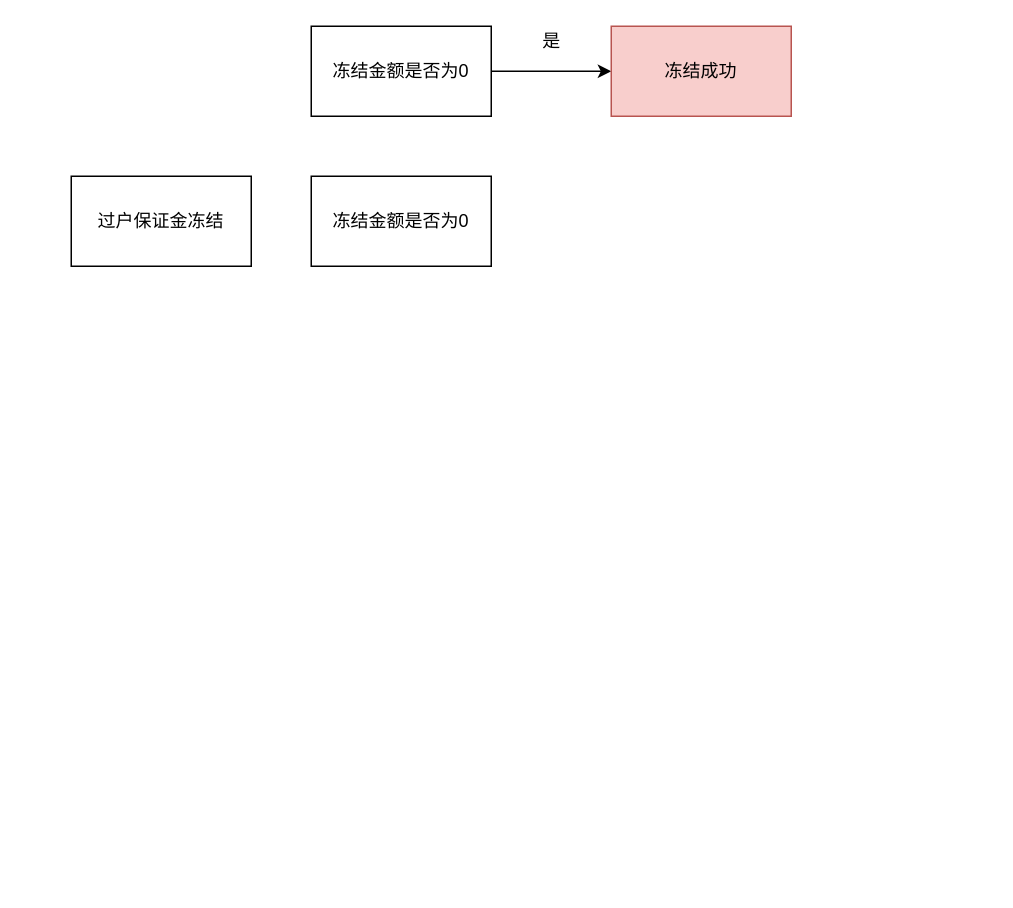
The draw.io diagram trade-deposit/过户保证金冻结.drawio in erlieStar/diagrams, before the edit. Source tidied: cells renumbered, new cells numbered last; positions are measured from the earlier drawing's top-left corner, leaving out a move shared by most shapes. Both pictures are drawn from the tidied source at 150%, with x=0, y=0 at pixel (70, 26).
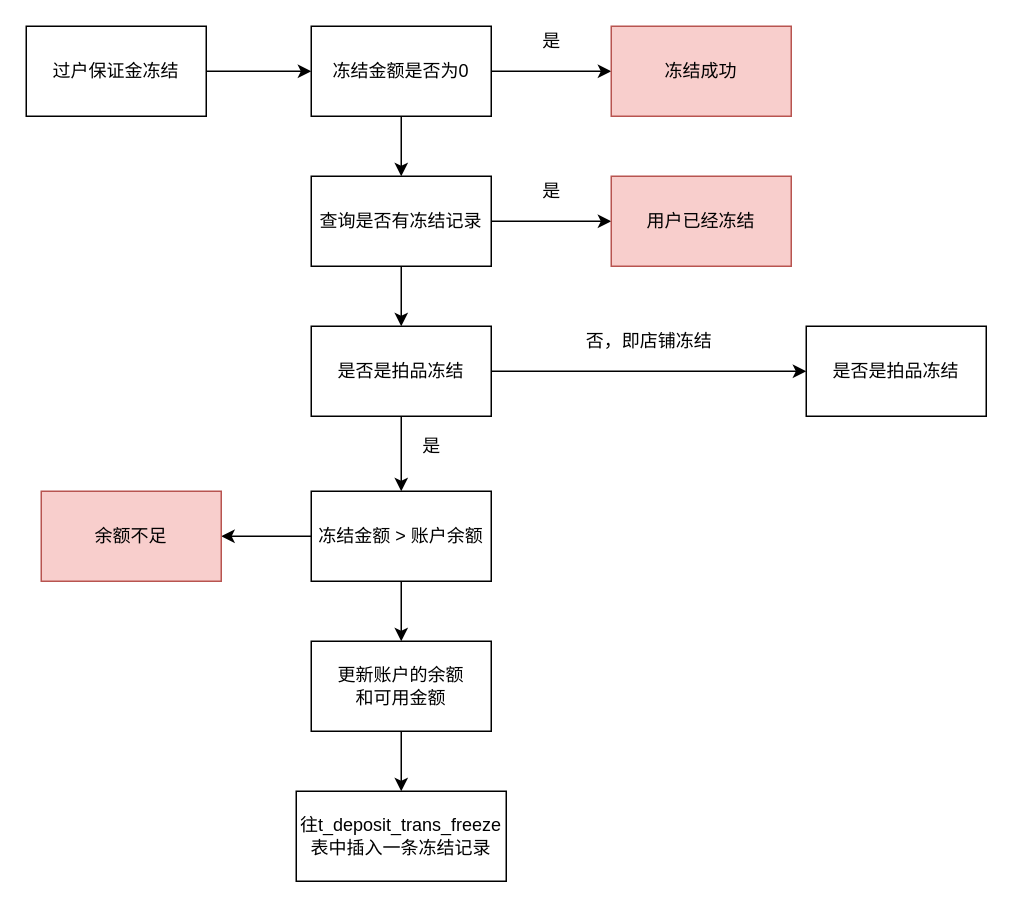
Above is the later version.

Commit message:
Update 过户保证金冻结.drawio

Unchanged cells that the change refers to:
```xml
<mxCell id="4" value="冻结金额是否为0" style="rounded=0;whiteSpace=wrap;html=1;" parent="1" vertex="1">
  <mxGeometry x="160" width="120" height="60" as="geometry" />
</mxCell>
```

Diff of the diagram source:
```diff
@@
+    <mxCell id="8" style="edgeStyle=orthogonalEdgeStyle;rounded=0;jettySize=auto;html=1;exitX=1;exitY=0.5;exitDx=0;exitDy=0;entryX=0;entryY=0.5;entryDx=0;entryDy=0;" parent="1" edge="1" source="2" target="4">
+      <mxGeometry relative="1" as="geometry" />
+    </mxCell>
     <mxCell id="2" value="过户保证金冻结" style="rounded=0;whiteSpace=wrap;html=1;" parent="1" vertex="1">
-      <mxGeometry y="100" width="120" height="60" as="geometry" />
+      <mxGeometry x="-30" width="120" height="60" as="geometry" />
     </mxCell>
@@
+    <mxCell id="9" style="edgeStyle=orthogonalEdgeStyle;rounded=0;jettySize=auto;html=1;" parent="1" edge="1" source="4" target="7">
+      <mxGeometry relative="1" as="geometry" />
+    </mxCell>
@@
+    <mxCell id="10" style="edgeStyle=orthogonalEdgeStyle;rounded=0;jettySize=auto;html=1;exitX=1;exitY=0.5;exitDx=0;exitDy=0;entryX=0;entryY=0.5;entryDx=0;entryDy=0;" parent="1" edge="1" source="7" target="12">
+      <mxGeometry relative="1" as="geometry" />
+    </mxCell>
+    <mxCell id="11" style="edgeStyle=orthogonalEdgeStyle;rounded=0;jettySize=auto;html=1;" parent="1" edge="1" source="7" target="16">
+      <mxGeometry relative="1" as="geometry" />
+    </mxCell>
-    <mxCell id="7" value="冻结金额是否为0" style="rounded=0;whiteSpace=wrap;html=1;" parent="1" vertex="1">
+    <mxCell id="7" value="查询是否有冻结记录" style="rounded=0;whiteSpace=wrap;html=1;" parent="1" vertex="1">
       <mxGeometry x="160" y="100" width="120" height="60" as="geometry" />
     </mxCell>
+    <mxCell id="12" value="用户已经冻结" style="rounded=0;whiteSpace=wrap;html=1;fillColor=#f8cecc;strokeColor=#b85450;" parent="1" vertex="1">
+      <mxGeometry x="360" y="100" width="120" height="60" as="geometry" />
+    </mxCell>
+    <mxCell id="13" value="是" style="text;html=1;align=center;verticalAlign=middle;strokeColor=none;fillColor=none;" parent="1" vertex="1">
+      <mxGeometry x="305" y="100" width="30" height="20" as="geometry" />
+    </mxCell>
+    <mxCell id="14" style="edgeStyle=orthogonalEdgeStyle;rounded=0;jettySize=auto;html=1;exitX=1;exitY=0.5;exitDx=0;exitDy=0;entryX=0;entryY=0.5;entryDx=0;entryDy=0;" parent="1" edge="1" source="16" target="17">
+      <mxGeometry relative="1" as="geometry" />
+    </mxCell>
+    <mxCell id="15" style="edgeStyle=orthogonalEdgeStyle;rounded=0;jettySize=auto;html=1;exitX=0.5;exitY=1;exitDx=0;exitDy=0;entryX=0.5;entryY=0;entryDx=0;entryDy=0;" parent="1" edge="1" source="16" target="20">
+      <mxGeometry relative="1" as="geometry" />
+    </mxCell>
+    <mxCell id="16" value="是否是拍品冻结" style="rounded=0;whiteSpace=wrap;html=1;" parent="1" vertex="1">
+      <mxGeometry x="160" y="200" width="120" height="60" as="geometry" />
+    </mxCell>
+    <mxCell id="17" value="是否是拍品冻结" style="rounded=0;whiteSpace=wrap;html=1;" parent="1" vertex="1">
+      <mxGeometry x="490" y="200" width="120" height="60" as="geometry" />
+    </mxCell>
+    <mxCell id="18" style="edgeStyle=orthogonalEdgeStyle;rounded=0;jettySize=auto;html=1;exitX=0;exitY=0.5;exitDx=0;exitDy=0;entryX=1;entryY=0.5;entryDx=0;entryDy=0;" parent="1" edge="1" source="20" target="21">
+      <mxGeometry relative="1" as="geometry" />
+    </mxCell>
+    <mxCell id="19" style="edgeStyle=orthogonalEdgeStyle;rounded=0;jettySize=auto;html=1;exitX=0.5;exitY=1;exitDx=0;exitDy=0;" parent="1" edge="1" source="20" target="23">
+      <mxGeometry relative="1" as="geometry" />
+    </mxCell>
+    <mxCell id="20" value="冻结金额 &amp;gt; 账户余额" style="rounded=0;whiteSpace=wrap;html=1;" parent="1" vertex="1">
+      <mxGeometry x="160" y="310" width="120" height="60" as="geometry" />
+    </mxCell>
+    <mxCell id="21" value="余额不足" style="rounded=0;whiteSpace=wrap;html=1;fillColor=#f8cecc;strokeColor=#b85450;" parent="1" vertex="1">
+      <mxGeometry x="-20" y="310" width="120" height="60" as="geometry" />
+    </mxCell>
+    <mxCell id="22" style="edgeStyle=orthogonalEdgeStyle;rounded=0;jettySize=auto;html=1;exitX=0.5;exitY=1;exitDx=0;exitDy=0;entryX=0.5;entryY=0;entryDx=0;entryDy=0;" parent="1" edge="1" source="23" target="24">
+      <mxGeometry relative="1" as="geometry" />
+    </mxCell>
+    <mxCell id="23" value="更新账户的余额&lt;br&gt;和可用金额" style="rounded=0;whiteSpace=wrap;html=1;" parent="1" vertex="1">
+      <mxGeometry x="160" y="410" width="120" height="60" as="geometry" />
+    </mxCell>
+    <mxCell id="24" value="往t_deposit_trans_freeze表中插入一条冻结记录" style="rounded=0;whiteSpace=wrap;html=1;" parent="1" vertex="1">
+      <mxGeometry x="150" y="510" width="140" height="60" as="geometry" />
+    </mxCell>
+    <mxCell id="25" value="是" style="text;html=1;align=center;verticalAlign=middle;strokeColor=none;fillColor=none;" parent="1" vertex="1">
+      <mxGeometry x="225" y="270" width="30" height="20" as="geometry" />
+    </mxCell>
+    <mxCell id="26" value="否，即店铺冻结" style="text;html=1;align=center;verticalAlign=middle;strokeColor=none;fillColor=none;" parent="1" vertex="1">
+      <mxGeometry x="335" y="200" width="100" height="20" as="geometry" />
+    </mxCell>
```
